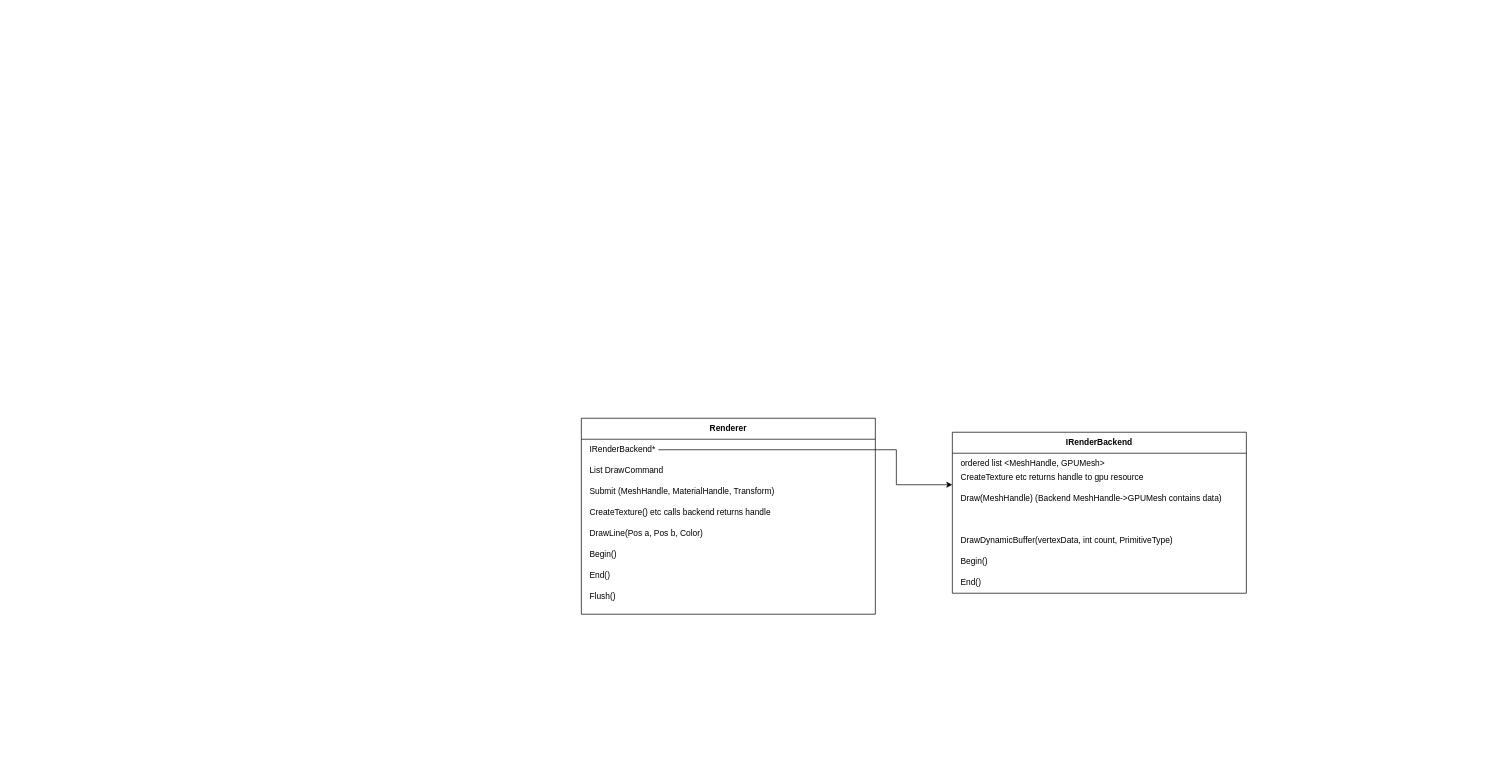
This is docs/BlockGame.drawio from Kreiseljustus/BlockGame, a draw.io file, before an edit. Source tidied: cells renumbered, new cells numbered last; positions are measured from the earlier drawing's top-left corner, leaving out a move shared by most shapes. Both pictures are drawn from the tidied source at 70%, with x=0, y=0 at pixel (581, 418).
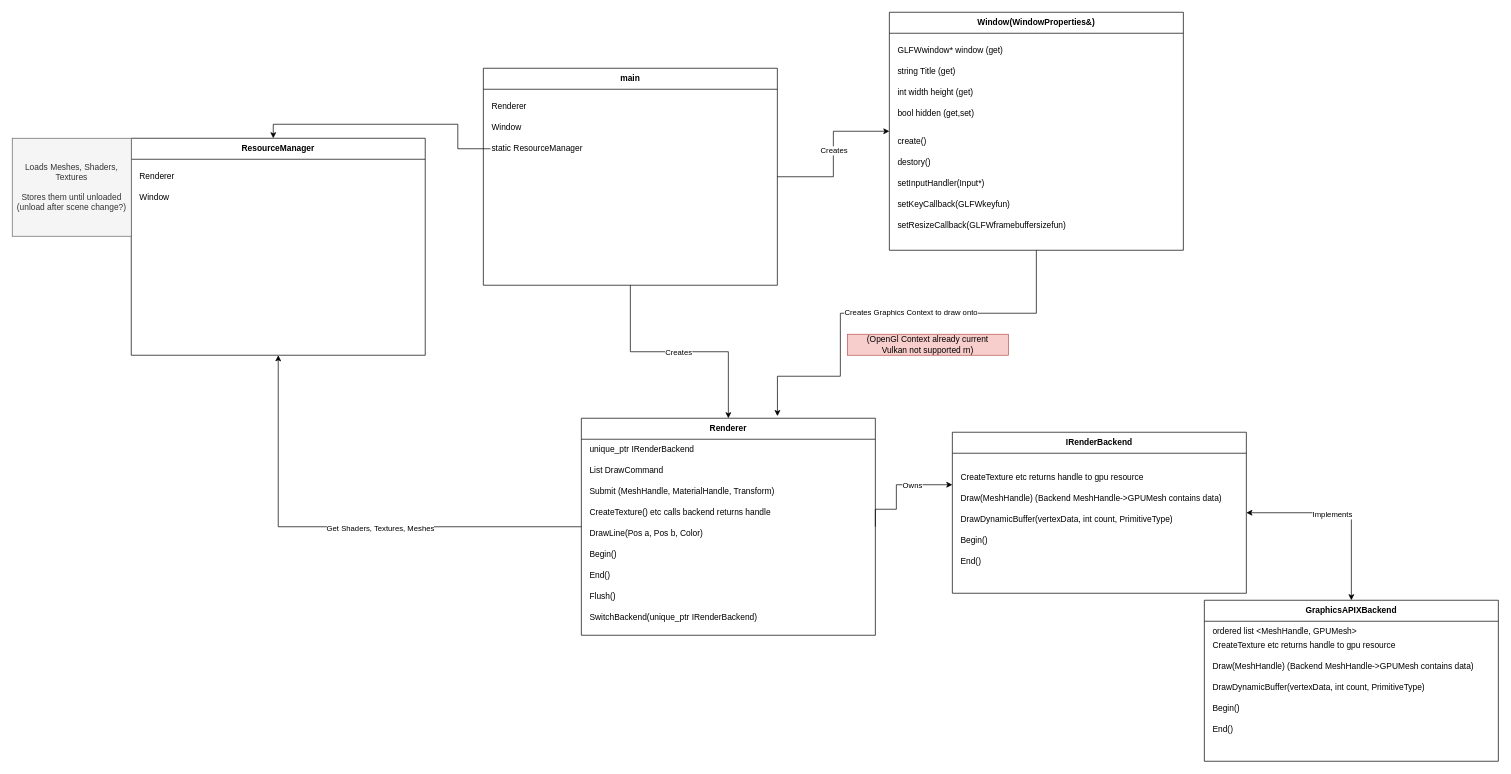
The same diagram, later.

Unchanged cells that the change refers to:
```xml
<mxCell id="12" value="IRenderBackend" style="swimlane;whiteSpace=wrap;html=1;startSize=30;" parent="1" vertex="1">
  <mxGeometry x="530" y="20" width="420" height="230" as="geometry" />
</mxCell>
```

The edit, as a diff of the source:
```diff
@@
+    <mxCell id="20" style="edgeStyle=orthogonalEdgeStyle;rounded=0;jettySize=auto;html=1;" parent="1" edge="1" source="3" target="53">
+      <mxGeometry relative="1" as="geometry" />
+    </mxCell>
+    <mxCell id="21" value="Get Shaders, Textures, Meshes" style="edgeLabel;html=1;align=center;verticalAlign=middle;" parent="20" vertex="1">
+      <mxGeometry x="-0.15" y="1" relative="1" as="geometry" />
+    </mxCell>
     <mxCell id="3" value="&lt;div&gt;Renderer&lt;/div&gt;" style="swimlane;whiteSpace=wrap;html=1;startSize=30;" parent="1" vertex="1">
-      <mxGeometry width="420" height="280" as="geometry" />
+      <mxGeometry width="420" height="310" as="geometry" />
     </mxCell>
-    <mxCell id="4" value="IRenderBackend*" style="text;html=1;whiteSpace=wrap;strokeColor=none;fillColor=none;align=left;verticalAlign=middle;rounded=0;" parent="3" vertex="1">
-      <mxGeometry x="10" y="30" width="100" height="30" as="geometry" />
+    <mxCell id="4" value="unique_ptr IRenderBackend" style="text;html=1;whiteSpace=wrap;strokeColor=none;fillColor=none;align=left;verticalAlign=middle;rounded=0;" parent="3" vertex="1">
+      <mxGeometry x="10" y="30" width="170" height="30" as="geometry" />
     </mxCell>
@@
+    <mxCell id="22" value="SwitchBackend(unique_ptr IRenderBackend)" style="text;html=1;whiteSpace=wrap;strokeColor=none;fillColor=none;align=left;verticalAlign=middle;rounded=0;" parent="3" vertex="1">
+      <mxGeometry x="10" y="270" width="400" height="30" as="geometry" />
+    </mxCell>
@@
-    <mxCell id="13" value="ordered list &amp;lt;MeshHandle, GPUMesh&amp;gt;" style="text;html=1;whiteSpace=wrap;strokeColor=none;fillColor=none;align=left;verticalAlign=middle;rounded=0;" parent="12" vertex="1">
-      <mxGeometry x="10" y="30" width="380" height="30" as="geometry" />
-    </mxCell>
@@
     <mxCell id="15" value="DrawDynamicBuffer(vertexData, int count, PrimitiveType)" style="text;html=1;whiteSpace=wrap;strokeColor=none;fillColor=none;align=left;verticalAlign=middle;rounded=0;" parent="12" vertex="1">
-      <mxGeometry x="10" y="140" width="400" height="30" as="geometry" />
+      <mxGeometry x="10" y="110" width="400" height="30" as="geometry" />
     </mxCell>
@@
     <mxCell id="17" value="Begin()" style="text;html=1;whiteSpace=wrap;strokeColor=none;fillColor=none;align=left;verticalAlign=middle;rounded=0;" parent="12" vertex="1">
-      <mxGeometry x="10" y="170" width="400" height="30" as="geometry" />
+      <mxGeometry x="10" y="140" width="400" height="30" as="geometry" />
     </mxCell>
     <mxCell id="18" value="End()" style="text;html=1;whiteSpace=wrap;strokeColor=none;fillColor=none;align=left;verticalAlign=middle;rounded=0;" parent="12" vertex="1">
-      <mxGeometry x="10" y="200" width="400" height="30" as="geometry" />
+      <mxGeometry x="10" y="170" width="400" height="30" as="geometry" />
     </mxCell>
-    <mxCell id="19" style="edgeStyle=orthogonalEdgeStyle;rounded=0;jettySize=auto;html=1;" parent="1" edge="1" source="4" target="12">
+    <mxCell id="19" style="edgeStyle=orthogonalEdgeStyle;rounded=0;jettySize=auto;html=1;align=left;exitX=1;exitY=0.5;exitDx=0;exitDy=0;" parent="1" edge="1" source="3" target="12">
       <mxGeometry relative="1" as="geometry">
         <Array as="points">
-          <mxPoint x="450" y="45" />
+          <mxPoint x="420" y="130" />
+          <mxPoint x="450" y="130" />
           <mxPoint x="450" y="95" />
         </Array>
       </mxGeometry>
     </mxCell>
+    <mxCell id="23" value="Owns" style="edgeLabel;html=1;align=center;verticalAlign=middle;" parent="19" vertex="1">
+      <mxGeometry x="0.32" relative="1" as="geometry" />
+    </mxCell>
+    <mxCell id="24" style="edgeStyle=orthogonalEdgeStyle;rounded=0;jettySize=auto;html=1;" parent="1" edge="1" source="28" target="3">
+      <mxGeometry relative="1" as="geometry" />
+    </mxCell>
+    <mxCell id="25" value="Creates" style="edgeLabel;html=1;align=center;verticalAlign=middle;" parent="24" vertex="1">
+      <mxGeometry x="-0.01" relative="1" as="geometry" />
+    </mxCell>
+    <mxCell id="26" style="edgeStyle=orthogonalEdgeStyle;rounded=0;jettySize=auto;html=1;" parent="1" edge="1" source="28" target="34">
+      <mxGeometry relative="1" as="geometry" />
+    </mxCell>
+    <mxCell id="27" value="Creates" style="edgeLabel;html=1;align=center;verticalAlign=middle;" parent="26" vertex="1">
+      <mxGeometry x="0.05" relative="1" as="geometry" />
+    </mxCell>
+    <mxCell id="28" value="&lt;div&gt;main&lt;/div&gt;" style="swimlane;whiteSpace=wrap;html=1;startSize=30;" parent="1" vertex="1">
+      <mxGeometry x="-140" y="-500" width="420" height="310" as="geometry" />
+    </mxCell>
+    <mxCell id="29" value="Renderer" style="text;html=1;whiteSpace=wrap;strokeColor=none;fillColor=none;align=left;verticalAlign=middle;rounded=0;" parent="28" vertex="1">
+      <mxGeometry x="10" y="40" width="400" height="30" as="geometry" />
+    </mxCell>
+    <mxCell id="30" value="Window" style="text;html=1;whiteSpace=wrap;strokeColor=none;fillColor=none;align=left;verticalAlign=middle;rounded=0;" parent="28" vertex="1">
+      <mxGeometry x="10" y="70" width="400" height="30" as="geometry" />
+    </mxCell>
+    <mxCell id="31" value="static ResourceManager" style="text;html=1;whiteSpace=wrap;strokeColor=none;fillColor=none;align=left;verticalAlign=middle;rounded=0;" parent="28" vertex="1">
+      <mxGeometry x="10" y="100" width="400" height="30" as="geometry" />
+    </mxCell>
+    <mxCell id="32" style="edgeStyle=orthogonalEdgeStyle;rounded=0;jettySize=auto;html=1;entryX=0.667;entryY=-0.01;entryDx=0;entryDy=0;entryPerimeter=0;" parent="1" edge="1" source="34" target="3">
+      <mxGeometry relative="1" as="geometry">
+        <Array as="points">
+          <mxPoint x="650" y="-150" />
+          <mxPoint x="370" y="-150" />
+          <mxPoint x="370" y="-60" />
+          <mxPoint x="280" y="-60" />
+        </Array>
+      </mxGeometry>
+    </mxCell>
+    <mxCell id="33" value="Creates Graphics Context to draw onto" style="edgeLabel;html=1;align=center;verticalAlign=middle;" parent="32" vertex="1">
+      <mxGeometry x="-0.11" y="-2" relative="1" as="geometry" />
+    </mxCell>
+    <mxCell id="34" value="&lt;div&gt;Window(WindowProperties&amp;amp;)&lt;/div&gt;" style="swimlane;whiteSpace=wrap;html=1;startSize=30;" parent="1" vertex="1">
+      <mxGeometry x="440" y="-580" width="420" height="340" as="geometry" />
+    </mxCell>
+    <mxCell id="35" value="GLFWwindow* window (get)" style="text;html=1;whiteSpace=wrap;strokeColor=none;fillColor=none;align=left;verticalAlign=middle;rounded=0;" parent="34" vertex="1">
+      <mxGeometry x="10" y="40" width="400" height="30" as="geometry" />
+    </mxCell>
+    <mxCell id="36" value="string Title (get)" style="text;html=1;whiteSpace=wrap;strokeColor=none;fillColor=none;align=left;verticalAlign=middle;rounded=0;" parent="34" vertex="1">
+      <mxGeometry x="10" y="70" width="400" height="30" as="geometry" />
+    </mxCell>
+    <mxCell id="37" value="int width height (get)" style="text;html=1;whiteSpace=wrap;strokeColor=none;fillColor=none;align=left;verticalAlign=middle;rounded=0;" parent="34" vertex="1">
+      <mxGeometry x="10" y="100" width="400" height="30" as="geometry" />
+    </mxCell>
+    <mxCell id="38" value="bool hidden (get,set)" style="text;html=1;whiteSpace=wrap;strokeColor=none;fillColor=none;align=left;verticalAlign=middle;rounded=0;" parent="34" vertex="1">
+      <mxGeometry x="10" y="130" width="400" height="30" as="geometry" />
+    </mxCell>
+    <mxCell id="39" value="create()" style="text;html=1;whiteSpace=wrap;strokeColor=none;fillColor=none;align=left;verticalAlign=middle;rounded=0;" parent="34" vertex="1">
+      <mxGeometry x="10" y="170" width="400" height="30" as="geometry" />
+    </mxCell>
+    <mxCell id="40" value="destory()" style="text;html=1;whiteSpace=wrap;strokeColor=none;fillColor=none;align=left;verticalAlign=middle;rounded=0;" parent="34" vertex="1">
+      <mxGeometry x="10" y="200" width="400" height="30" as="geometry" />
+    </mxCell>
+    <mxCell id="41" value="setInputHandler(Input*)" style="text;html=1;whiteSpace=wrap;strokeColor=none;fillColor=none;align=left;verticalAlign=middle;rounded=0;" parent="34" vertex="1">
+      <mxGeometry x="10" y="230" width="400" height="30" as="geometry" />
+    </mxCell>
+    <mxCell id="42" value="setKeyCallback(GLFWkeyfun)" style="text;html=1;whiteSpace=wrap;strokeColor=none;fillColor=none;align=left;verticalAlign=middle;rounded=0;" parent="34" vertex="1">
+      <mxGeometry x="10" y="260" width="400" height="30" as="geometry" />
+    </mxCell>
+    <mxCell id="43" value="setResizeCallback(GLFWframebuffersizefun)" style="text;html=1;whiteSpace=wrap;strokeColor=none;fillColor=none;align=left;verticalAlign=middle;rounded=0;" parent="34" vertex="1">
+      <mxGeometry x="10" y="290" width="400" height="30" as="geometry" />
+    </mxCell>
+    <mxCell id="44" value="(OpenGl Context already current&lt;div&gt;Vulkan not supported rn)&lt;/div&gt;" style="text;html=1;whiteSpace=wrap;strokeColor=#b85450;fillColor=#f8cecc;align=center;verticalAlign=middle;rounded=0;" parent="1" vertex="1">
+      <mxGeometry x="380" y="-120" width="230" height="30" as="geometry" />
+    </mxCell>
+    <mxCell id="45" style="edgeStyle=orthogonalEdgeStyle;rounded=0;jettySize=auto;html=1;entryX=1;entryY=0.5;entryDx=0;entryDy=0;startArrow=classic;startFill=1;" parent="1" edge="1" source="47" target="12">
+      <mxGeometry relative="1" as="geometry" />
+    </mxCell>
+    <mxCell id="46" value="Implements" style="edgeLabel;html=1;align=center;verticalAlign=middle;" parent="45" vertex="1">
+      <mxGeometry x="0.11" y="2" relative="1" as="geometry" />
+    </mxCell>
+    <mxCell id="47" value="GraphicsAPIXBackend" style="swimlane;whiteSpace=wrap;html=1;startSize=30;" parent="1" vertex="1">
+      <mxGeometry x="890" y="260" width="420" height="230" as="geometry" />
+    </mxCell>
+    <mxCell id="13" value="ordered list &amp;lt;MeshHandle, GPUMesh&amp;gt;" style="text;html=1;whiteSpace=wrap;strokeColor=none;fillColor=none;align=left;verticalAlign=middle;rounded=0;" parent="47" vertex="1">
+      <mxGeometry x="10" y="30" width="380" height="30" as="geometry" />
+    </mxCell>
+    <mxCell id="48" value="Draw(MeshHandle) (Backend MeshHandle-&amp;gt;GPUMesh contains data)" style="text;html=1;whiteSpace=wrap;strokeColor=none;fillColor=none;align=left;verticalAlign=middle;rounded=0;" parent="47" vertex="1">
+      <mxGeometry x="10" y="80" width="400" height="30" as="geometry" />
+    </mxCell>
+    <mxCell id="49" value="DrawDynamicBuffer(vertexData, int count, PrimitiveType)" style="text;html=1;whiteSpace=wrap;strokeColor=none;fillColor=none;align=left;verticalAlign=middle;rounded=0;" parent="47" vertex="1">
+      <mxGeometry x="10" y="110" width="400" height="30" as="geometry" />
+    </mxCell>
+    <mxCell id="50" value="CreateTexture etc returns handle to gpu resource" style="text;html=1;whiteSpace=wrap;strokeColor=none;fillColor=none;align=left;verticalAlign=middle;rounded=0;" parent="47" vertex="1">
+      <mxGeometry x="10" y="50" width="400" height="30" as="geometry" />
+    </mxCell>
+    <mxCell id="51" value="Begin()" style="text;html=1;whiteSpace=wrap;strokeColor=none;fillColor=none;align=left;verticalAlign=middle;rounded=0;" parent="47" vertex="1">
+      <mxGeometry x="10" y="140" width="400" height="30" as="geometry" />
+    </mxCell>
+    <mxCell id="52" value="End()" style="text;html=1;whiteSpace=wrap;strokeColor=none;fillColor=none;align=left;verticalAlign=middle;rounded=0;" parent="47" vertex="1">
+      <mxGeometry x="10" y="170" width="400" height="30" as="geometry" />
+    </mxCell>
+    <mxCell id="53" value="&lt;div&gt;ResourceManager&lt;/div&gt;" style="swimlane;whiteSpace=wrap;html=1;startSize=30;" parent="1" vertex="1">
+      <mxGeometry x="-643" y="-400" width="420" height="310" as="geometry" />
+    </mxCell>
+    <mxCell id="54" value="Renderer" style="text;html=1;whiteSpace=wrap;strokeColor=none;fillColor=none;align=left;verticalAlign=middle;rounded=0;" parent="53" vertex="1">
+      <mxGeometry x="10" y="40" width="400" height="30" as="geometry" />
+    </mxCell>
+    <mxCell id="55" value="Window" style="text;html=1;whiteSpace=wrap;strokeColor=none;fillColor=none;align=left;verticalAlign=middle;rounded=0;" parent="53" vertex="1">
+      <mxGeometry x="10" y="70" width="400" height="30" as="geometry" />
+    </mxCell>
+    <mxCell id="56" value="Loads Meshes, Shaders, Textures&lt;div&gt;&lt;br&gt;&lt;/div&gt;&lt;div&gt;Stores them until unloaded (unload after scene change?)&lt;/div&gt;" style="text;html=1;whiteSpace=wrap;strokeColor=#666666;fillColor=#f5f5f5;align=center;verticalAlign=middle;rounded=0;fontColor=#333333;" parent="1" vertex="1">
+      <mxGeometry x="-813" y="-400" width="170" height="140" as="geometry" />
+    </mxCell>
+    <mxCell id="57" style="edgeStyle=orthogonalEdgeStyle;rounded=0;jettySize=auto;html=1;entryX=0.483;entryY=0;entryDx=0;entryDy=0;entryPerimeter=0;" parent="1" edge="1" source="31" target="53">
+      <mxGeometry relative="1" as="geometry" />
+    </mxCell>
```
